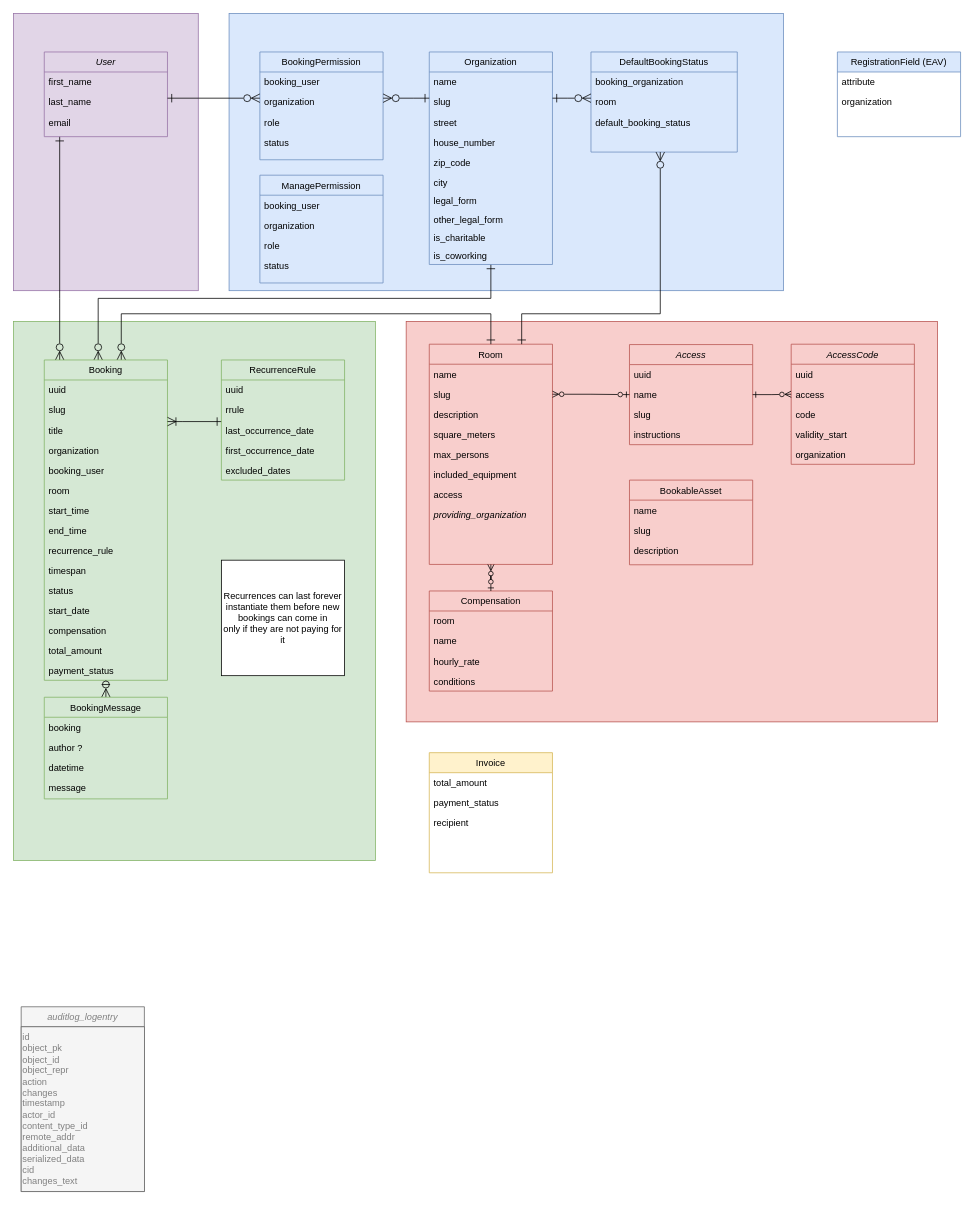
Before: docs/modelling/erd-v1.2.1.drawio in Haus-des-Engagements/re-sharing, a draw.io diagram. Source tidied: cells renumbered, new cells numbered last; positions are measured from the earlier drawing's top-left corner, leaving out a move shared by most shapes. Both pictures are drawn from the tidied source at 77%, with x=0, y=0 at pixel (13, 13).
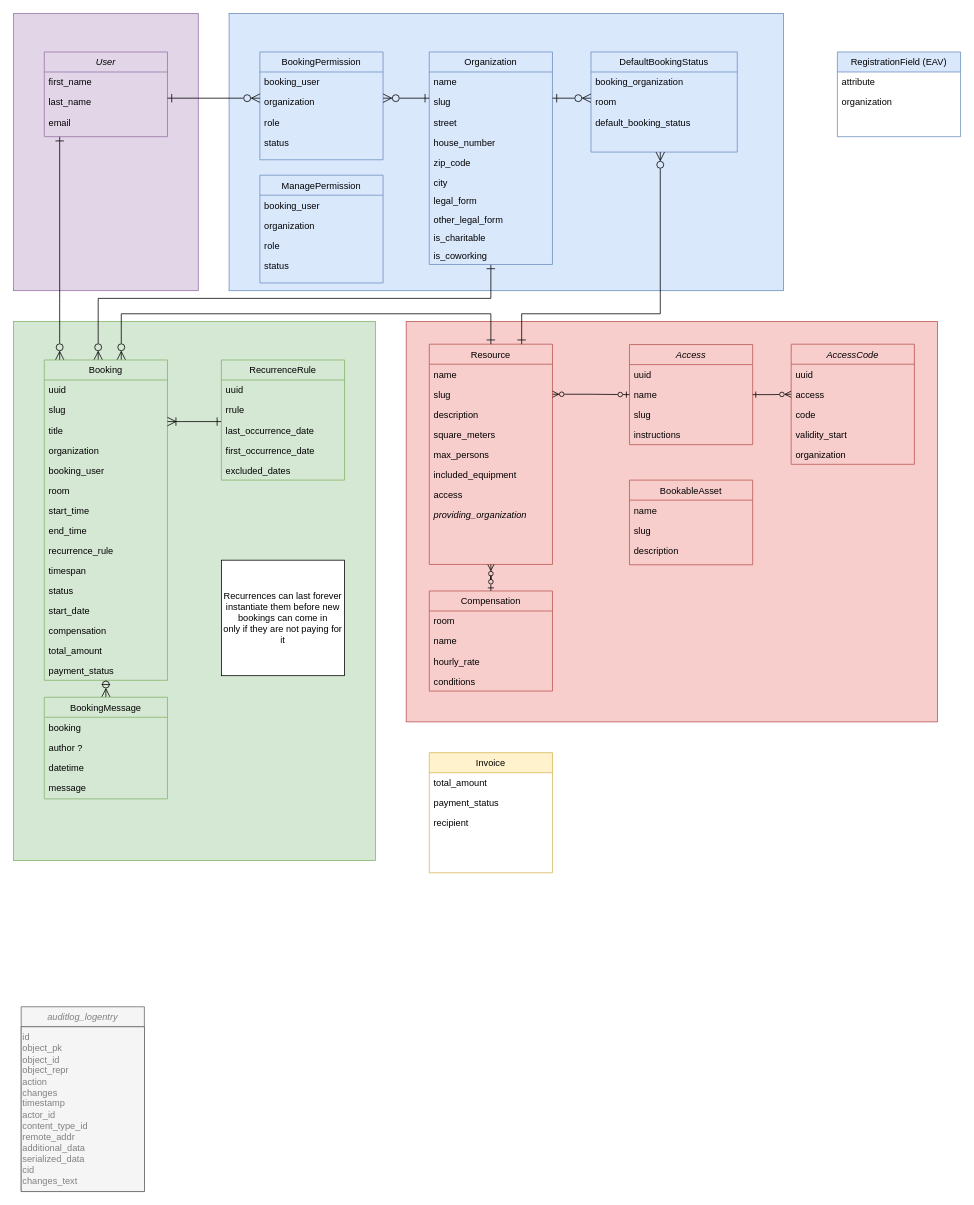
After the change.

Change to the diagram source:
```diff
@@
-    <mxCell id="23" value="Room" style="swimlane;fontStyle=0;align=center;verticalAlign=top;horizontal=1;startSize=26;rounded=0;shadow=0;strokeWidth=1;fillColor=#f8cecc;strokeColor=#b85450;" parent="1" vertex="1">
+    <mxCell id="23" value="Resource" style="swimlane;fontStyle=0;align=center;verticalAlign=top;horizontal=1;startSize=26;rounded=0;shadow=0;strokeWidth=1;fillColor=#f8cecc;strokeColor=#b85450;" parent="1" vertex="1">
       <mxGeometry x="540" y="429.5" width="160" height="286" as="geometry" />
     </mxCell>
```
